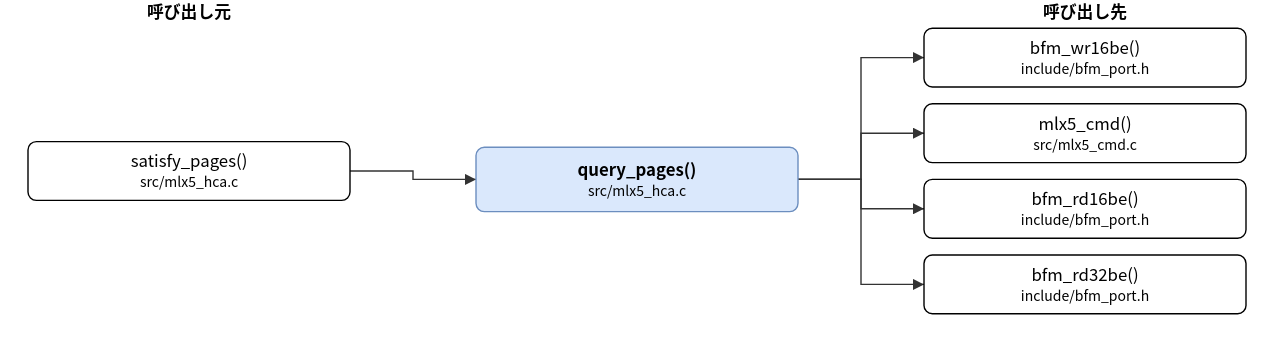
The draw.io diagram doc/spec/images/call_src_mlx5_hca-query_pages.drawio.svg in hf355051012-ai/bfmem, before a commit. Source tidied: cells renumbered, new cells last; positions are measured from the earlier drawing's top-left corner, leaving out a move shared by most shapes.
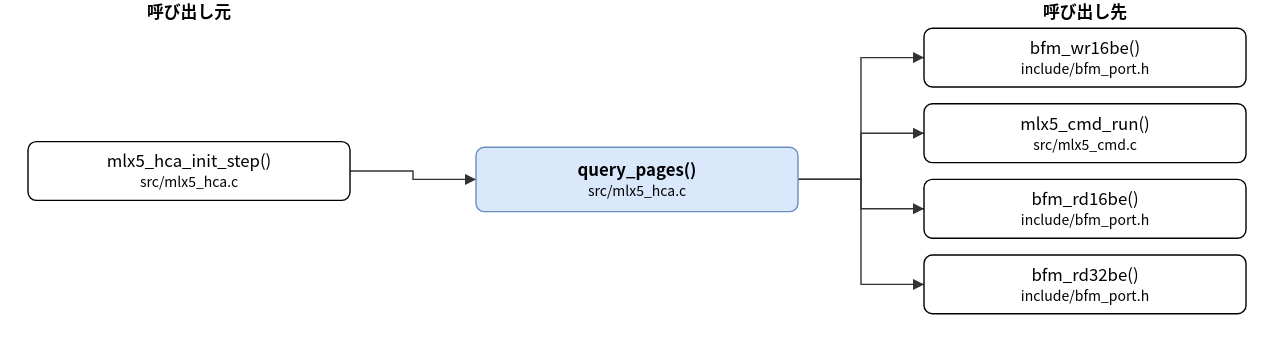
The same file after the commit.

The edit, as a diff of the source:
```diff
@@ -5,13 +5,13 @@
     <mxCell id="2" value="query_pages()&lt;br&gt;&lt;font style=&quot;font-size:10px&quot;&gt;src/mlx5_hca.c&lt;/font&gt;" style="rounded=1;whiteSpace=wrap;html=1;fillColor=#dae8fc;strokeColor=#6c8ebf;fontStyle=1;" parent="1" vertex="1">
       <mxGeometry x="320" y="105" width="230" height="46" as="geometry" />
     </mxCell>
-    <mxCell id="3" value="satisfy_pages()&lt;br&gt;&lt;font style=&quot;font-size:10px&quot;&gt;src/mlx5_hca.c&lt;/font&gt;" style="rounded=1;whiteSpace=wrap;html=1;" parent="1" vertex="1">
+    <mxCell id="3" value="mlx5_hca_init_step()&lt;br&gt;&lt;font style=&quot;font-size:10px&quot;&gt;src/mlx5_hca.c&lt;/font&gt;" style="rounded=1;whiteSpace=wrap;html=1;" parent="1" vertex="1">
       <mxGeometry y="101" width="230" height="42" as="geometry" />
     </mxCell>
     <mxCell id="4" value="bfm_wr16be()&lt;br&gt;&lt;font style=&quot;font-size:10px&quot;&gt;include/bfm_port.h&lt;/font&gt;" style="rounded=1;whiteSpace=wrap;html=1;" parent="1" vertex="1">
       <mxGeometry x="640" y="20" width="230" height="42" as="geometry" />
     </mxCell>
-    <mxCell id="5" value="mlx5_cmd()&lt;br&gt;&lt;font style=&quot;font-size:10px&quot;&gt;src/mlx5_cmd.c&lt;/font&gt;" style="rounded=1;whiteSpace=wrap;html=1;" parent="1" vertex="1">
+    <mxCell id="5" value="mlx5_cmd_run()&lt;br&gt;&lt;font style=&quot;font-size:10px&quot;&gt;src/mlx5_cmd.c&lt;/font&gt;" style="rounded=1;whiteSpace=wrap;html=1;" parent="1" vertex="1">
       <mxGeometry x="640" y="74" width="230" height="42" as="geometry" />
     </mxCell>
     <mxCell id="6" value="bfm_rd16be()&lt;br&gt;&lt;font style=&quot;font-size:10px&quot;&gt;include/bfm_port.h&lt;/font&gt;" style="rounded=1;whiteSpace=wrap;html=1;" parent="1" vertex="1">
```
